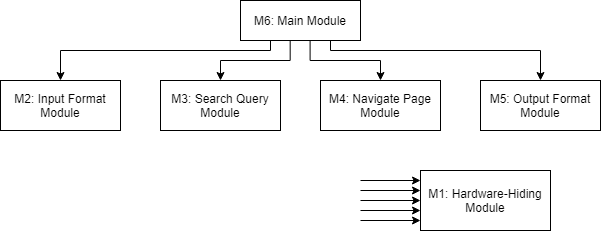
This is Doc/Design/MG/UsesHierarchy.png from mari-nicholas/google-images-downloader, a draw.io export, as it was before one commit. Source tidied: cells renumbered, new cells last; positions are measured from the earlier drawing's top-left corner, leaving out a move shared by most shapes. Its diagram source:
```xml
<mxGraphModel>
  <root>
    <mxCell id="0" />
    <mxCell id="1" parent="0" />
    <mxCell id="2" value="M2: Input Format Module" style="rounded=0;whiteSpace=wrap;html=1;" parent="1" vertex="1">
      <mxGeometry y="80" width="120" height="50" as="geometry" />
    </mxCell>
    <mxCell id="3" value="M3: Search Query Module" style="rounded=0;whiteSpace=wrap;html=1;" parent="1" vertex="1">
      <mxGeometry x="160" y="80" width="120" height="50" as="geometry" />
    </mxCell>
    <mxCell id="4" value="M4: Navigate Page Module" style="rounded=0;whiteSpace=wrap;html=1;" parent="1" vertex="1">
      <mxGeometry x="320" y="80" width="120" height="50" as="geometry" />
    </mxCell>
    <mxCell id="5" value="M5: Output Format Module" style="rounded=0;whiteSpace=wrap;html=1;" parent="1" vertex="1">
      <mxGeometry x="480" y="80" width="120" height="50" as="geometry" />
    </mxCell>
    <mxCell id="6" style="edgeStyle=orthogonalEdgeStyle;rounded=0;jettySize=auto;html=1;exitX=0.25;exitY=1;exitDx=0;exitDy=0;entryX=0.5;entryY=0;entryDx=0;entryDy=0;" parent="1" edge="1" source="10" target="2">
      <mxGeometry relative="1" as="geometry">
        <Array as="points">
          <mxPoint x="270" y="50" />
          <mxPoint x="60" y="50" />
        </Array>
      </mxGeometry>
    </mxCell>
    <mxCell id="7" style="edgeStyle=orthogonalEdgeStyle;rounded=0;jettySize=auto;html=1;exitX=0.75;exitY=1;exitDx=0;exitDy=0;entryX=0.5;entryY=0;entryDx=0;entryDy=0;" parent="1" edge="1" source="10" target="5">
      <mxGeometry relative="1" as="geometry">
        <Array as="points">
          <mxPoint x="330" y="50" />
          <mxPoint x="540" y="50" />
        </Array>
      </mxGeometry>
    </mxCell>
    <mxCell id="8" style="edgeStyle=elbowEdgeStyle;rounded=0;jettySize=auto;elbow=vertical;html=1;exitX=0.414;exitY=0.997;exitDx=0;exitDy=0;entryX=0.5;entryY=0;entryDx=0;entryDy=0;exitPerimeter=0;" parent="1" edge="1" source="10" target="3">
      <mxGeometry relative="1" as="geometry">
        <Array as="points">
          <mxPoint x="280" y="60" />
          <mxPoint x="280" y="60" />
          <mxPoint x="290" y="60" />
          <mxPoint x="260" y="60" />
        </Array>
      </mxGeometry>
    </mxCell>
    <mxCell id="9" style="edgeStyle=elbowEdgeStyle;rounded=0;jettySize=auto;elbow=vertical;html=1;exitX=0.58;exitY=1.007;exitDx=0;exitDy=0;exitPerimeter=0;" parent="1" edge="1" source="10" target="4">
      <mxGeometry relative="1" as="geometry" />
    </mxCell>
    <mxCell id="10" value="M6: Main Module" style="rounded=0;whiteSpace=wrap;html=1;" parent="1" vertex="1">
      <mxGeometry x="240" width="120" height="40" as="geometry" />
    </mxCell>
    <mxCell id="11" value="M1: Hardware-Hiding Module" style="rounded=0;whiteSpace=wrap;html=1;" parent="1" vertex="1">
      <mxGeometry x="420" y="170" width="130" height="60" as="geometry" />
    </mxCell>
    <mxCell id="12" style="endArrow=classic;html=1;" parent="1" edge="1">
      <mxGeometry relative="1" as="geometry">
        <mxPoint x="360" y="180" as="sourcePoint" />
        <mxPoint x="420" y="180" as="targetPoint" />
      </mxGeometry>
    </mxCell>
    <mxCell id="13" style="endArrow=classic;html=1;" parent="1" edge="1">
      <mxGeometry relative="1" as="geometry">
        <mxPoint x="360" y="190" as="sourcePoint" />
        <mxPoint x="420" y="190" as="targetPoint" />
      </mxGeometry>
    </mxCell>
    <mxCell id="14" style="endArrow=classic;html=1;" parent="1" edge="1">
      <mxGeometry relative="1" as="geometry">
        <mxPoint x="360" y="200" as="sourcePoint" />
        <mxPoint x="420" y="200" as="targetPoint" />
      </mxGeometry>
    </mxCell>
    <mxCell id="15" style="endArrow=classic;html=1;" parent="1" edge="1">
      <mxGeometry relative="1" as="geometry">
        <mxPoint x="360" y="210" as="sourcePoint" />
        <mxPoint x="420" y="210" as="targetPoint" />
      </mxGeometry>
    </mxCell>
    <mxCell id="16" style="endArrow=classic;html=1;" parent="1" edge="1">
      <mxGeometry relative="1" as="geometry">
        <mxPoint x="360" y="220" as="sourcePoint" />
        <mxPoint x="420" y="220" as="targetPoint" />
      </mxGeometry>
    </mxCell>
  </root>
</mxGraphModel>
```
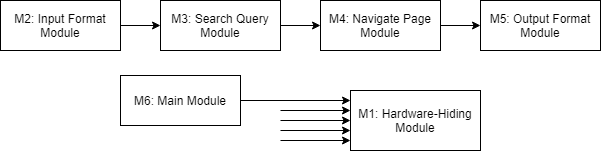
Later version of the same file.

Commit message:
Updated Uses Hierarchy

Change to the diagram source:
```diff
@@ -2,82 +2,61 @@
   <root>
     <mxCell id="0" />
     <mxCell id="1" parent="0" />
+    <mxCell id="17" style="edgeStyle=orthogonalEdgeStyle;rounded=0;jettySize=auto;html=1;entryX=0;entryY=0.5;entryDx=0;entryDy=0;" parent="1" edge="1" source="2" target="3">
+      <mxGeometry relative="1" as="geometry" />
+    </mxCell>
     <mxCell id="2" value="M2: Input Format Module" style="rounded=0;whiteSpace=wrap;html=1;" parent="1" vertex="1">
       <mxGeometry y="80" width="120" height="50" as="geometry" />
     </mxCell>
+    <mxCell id="18" style="edgeStyle=orthogonalEdgeStyle;rounded=0;jettySize=auto;html=1;entryX=0;entryY=0.5;entryDx=0;entryDy=0;" parent="1" edge="1" source="3" target="4">
+      <mxGeometry relative="1" as="geometry" />
+    </mxCell>
     <mxCell id="3" value="M3: Search Query Module" style="rounded=0;whiteSpace=wrap;html=1;" parent="1" vertex="1">
       <mxGeometry x="160" y="80" width="120" height="50" as="geometry" />
     </mxCell>
+    <mxCell id="19" style="edgeStyle=orthogonalEdgeStyle;rounded=0;jettySize=auto;html=1;entryX=0;entryY=0.5;entryDx=0;entryDy=0;" parent="1" edge="1" source="4" target="5">
+      <mxGeometry relative="1" as="geometry" />
+    </mxCell>
     <mxCell id="4" value="M4: Navigate Page Module" style="rounded=0;whiteSpace=wrap;html=1;" parent="1" vertex="1">
       <mxGeometry x="320" y="80" width="120" height="50" as="geometry" />
     </mxCell>
     <mxCell id="5" value="M5: Output Format Module" style="rounded=0;whiteSpace=wrap;html=1;" parent="1" vertex="1">
       <mxGeometry x="480" y="80" width="120" height="50" as="geometry" />
     </mxCell>
-    <mxCell id="6" style="edgeStyle=orthogonalEdgeStyle;rounded=0;jettySize=auto;html=1;exitX=0.25;exitY=1;exitDx=0;exitDy=0;entryX=0.5;entryY=0;entryDx=0;entryDy=0;" parent="1" edge="1" source="10" target="2">
-      <mxGeometry relative="1" as="geometry">
-        <Array as="points">
-          <mxPoint x="270" y="50" />
-          <mxPoint x="60" y="50" />
-        </Array>
-      </mxGeometry>
-    </mxCell>
-    <mxCell id="7" style="edgeStyle=orthogonalEdgeStyle;rounded=0;jettySize=auto;html=1;exitX=0.75;exitY=1;exitDx=0;exitDy=0;entryX=0.5;entryY=0;entryDx=0;entryDy=0;" parent="1" edge="1" source="10" target="5">
-      <mxGeometry relative="1" as="geometry">
-        <Array as="points">
-          <mxPoint x="330" y="50" />
-          <mxPoint x="540" y="50" />
-        </Array>
-      </mxGeometry>
-    </mxCell>
-    <mxCell id="8" style="edgeStyle=elbowEdgeStyle;rounded=0;jettySize=auto;elbow=vertical;html=1;exitX=0.414;exitY=0.997;exitDx=0;exitDy=0;entryX=0.5;entryY=0;entryDx=0;entryDy=0;exitPerimeter=0;" parent="1" edge="1" source="10" target="3">
-      <mxGeometry relative="1" as="geometry">
-        <Array as="points">
-          <mxPoint x="280" y="60" />
-          <mxPoint x="280" y="60" />
-          <mxPoint x="290" y="60" />
-          <mxPoint x="260" y="60" />
-        </Array>
-      </mxGeometry>
-    </mxCell>
-    <mxCell id="9" style="edgeStyle=elbowEdgeStyle;rounded=0;jettySize=auto;elbow=vertical;html=1;exitX=0.58;exitY=1.007;exitDx=0;exitDy=0;exitPerimeter=0;" parent="1" edge="1" source="10" target="4">
-      <mxGeometry relative="1" as="geometry" />
-    </mxCell>
-    <mxCell id="10" value="M6: Main Module" style="rounded=0;whiteSpace=wrap;html=1;" parent="1" vertex="1">
-      <mxGeometry x="240" width="120" height="40" as="geometry" />
-    </mxCell>
     <mxCell id="11" value="M1: Hardware-Hiding Module" style="rounded=0;whiteSpace=wrap;html=1;" parent="1" vertex="1">
-      <mxGeometry x="420" y="170" width="130" height="60" as="geometry" />
+      <mxGeometry x="350" y="170" width="130" height="60" as="geometry" />
     </mxCell>
-    <mxCell id="12" style="endArrow=classic;html=1;" parent="1" edge="1">
+    <mxCell id="12" style="endArrow=classic;html=1;exitX=1;exitY=0.5;exitDx=0;exitDy=0;" parent="1" edge="1" source="10">
       <mxGeometry relative="1" as="geometry">
-        <mxPoint x="360" y="180" as="sourcePoint" />
-        <mxPoint x="420" y="180" as="targetPoint" />
+        <mxPoint x="350" y="180" as="targetPoint" />
       </mxGeometry>
     </mxCell>
     <mxCell id="13" style="endArrow=classic;html=1;" parent="1" edge="1">
       <mxGeometry relative="1" as="geometry">
-        <mxPoint x="360" y="190" as="sourcePoint" />
-        <mxPoint x="420" y="190" as="targetPoint" />
+        <mxPoint x="280" y="190" as="sourcePoint" />
+        <mxPoint x="350" y="190" as="targetPoint" />
       </mxGeometry>
     </mxCell>
     <mxCell id="14" style="endArrow=classic;html=1;" parent="1" edge="1">
       <mxGeometry relative="1" as="geometry">
-        <mxPoint x="360" y="200" as="sourcePoint" />
-        <mxPoint x="420" y="200" as="targetPoint" />
+        <mxPoint x="280" y="200" as="sourcePoint" />
+        <mxPoint x="350" y="200" as="targetPoint" />
       </mxGeometry>
     </mxCell>
     <mxCell id="15" style="endArrow=classic;html=1;" parent="1" edge="1">
       <mxGeometry relative="1" as="geometry">
-        <mxPoint x="360" y="210" as="sourcePoint" />
-        <mxPoint x="420" y="210" as="targetPoint" />
+        <mxPoint x="280" y="210" as="sourcePoint" />
+        <mxPoint x="350" y="210" as="targetPoint" />
       </mxGeometry>
     </mxCell>
     <mxCell id="16" style="endArrow=classic;html=1;" parent="1" edge="1">
       <mxGeometry relative="1" as="geometry">
-        <mxPoint x="360" y="220" as="sourcePoint" />
-        <mxPoint x="420" y="220" as="targetPoint" />
+        <mxPoint x="280" y="220" as="sourcePoint" />
+        <mxPoint x="350" y="220" as="targetPoint" />
       </mxGeometry>
     </mxCell>
+    <mxCell id="10" value="M6: Main Module" style="rounded=0;whiteSpace=wrap;html=1;" parent="1" vertex="1">
+      <mxGeometry x="120" y="155" width="120" height="50" as="geometry" />
+    </mxCell>
   </root>
 </mxGraphModel>
```
